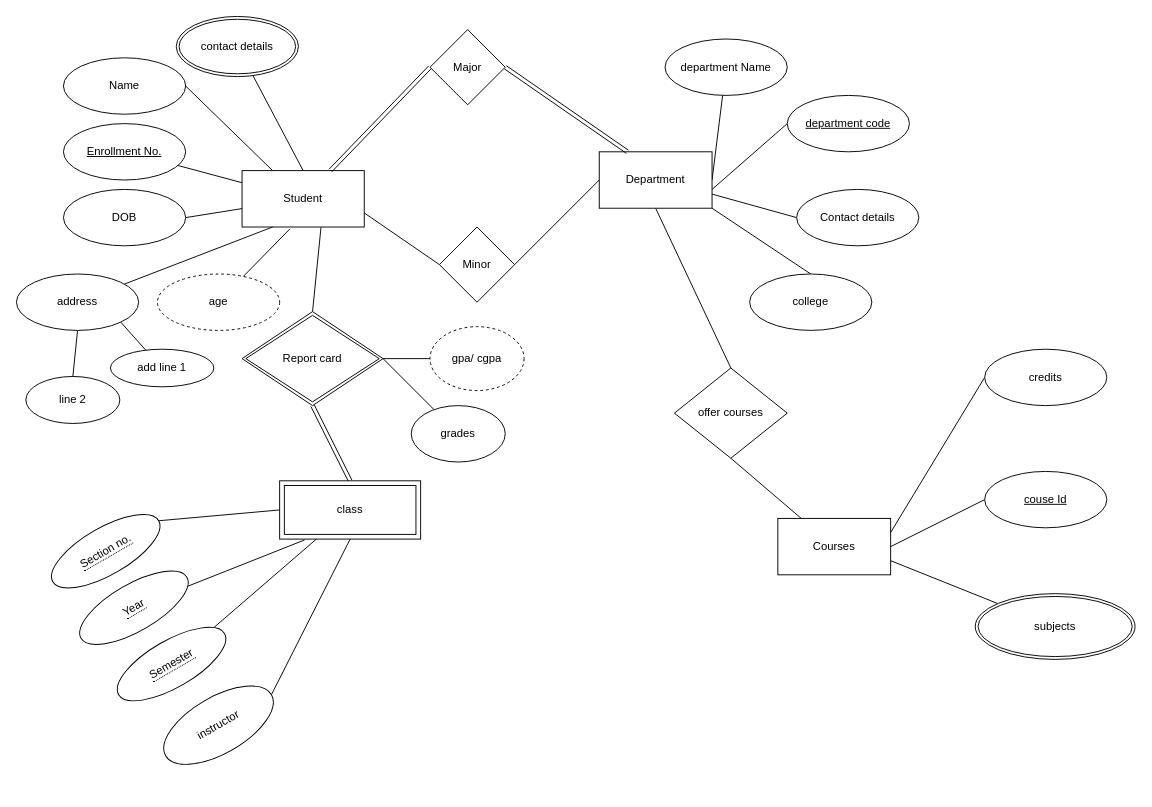
syedareehaquasar/DS-College keeps this draw.io diagram as Untitled Diagram.drawio. Above is the earlier version. Source tidied: cells renumbered, new cells numbered last; positions are measured from the earlier drawing's top-left corner, leaving out a move shared by most shapes. Both pictures are drawn from the tidied source at 94%, with x=0, y=0 at pixel (16, 16).
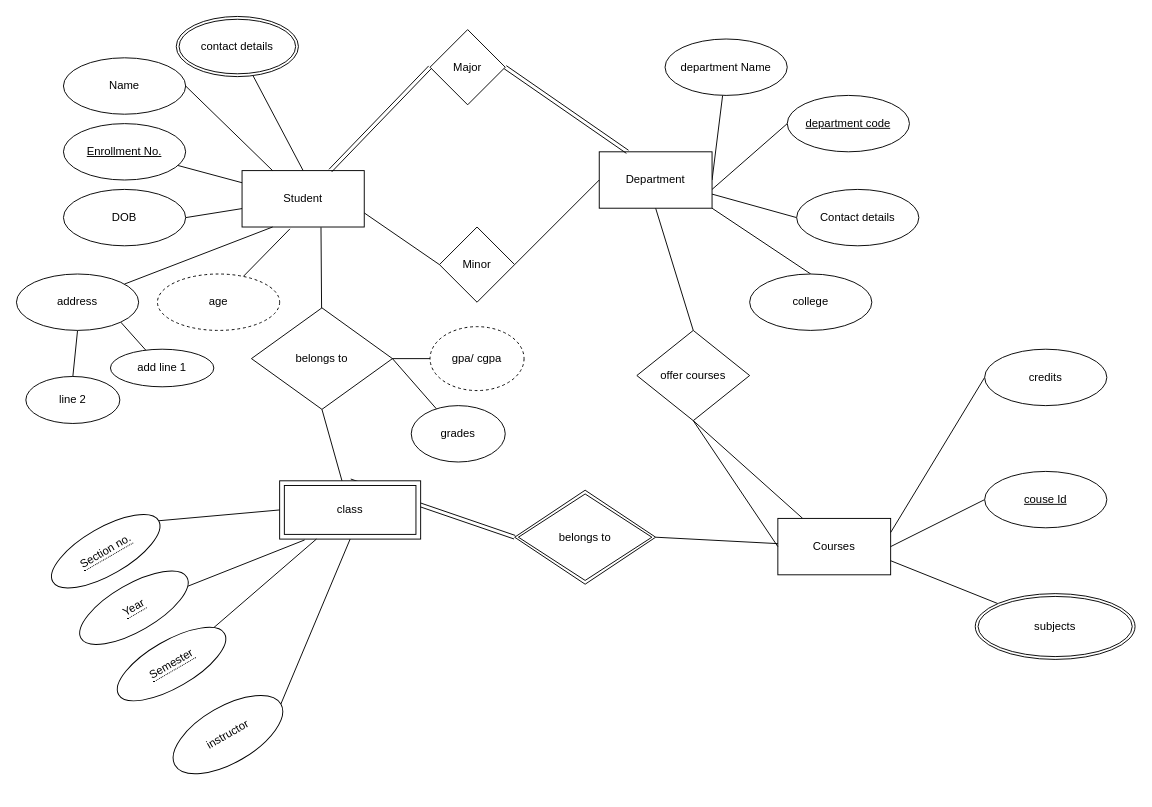
After the change.

The change refers to these unchanged cells:
```xml
<mxCell id="4" value="Student" style="rounded=0;whiteSpace=wrap;html=1;" parent="1" vertex="1">
  <mxGeometry x="240" y="164" width="130" height="60" as="geometry" />
</mxCell>
<mxCell id="34" value="Courses" style="rounded=0;whiteSpace=wrap;html=1;" parent="1" vertex="1">
  <mxGeometry x="810" y="534" width="120" height="60" as="geometry" />
</mxCell>
<mxCell id="42" value="class" style="shape=ext;margin=3;double=1;whiteSpace=wrap;html=1;align=center;" parent="1" vertex="1">
  <mxGeometry x="280" y="494" width="150" height="62" as="geometry" />
</mxCell>
<mxCell id="52" value="gpa/ cgpa" style="ellipse;whiteSpace=wrap;html=1;dashed=1;" parent="1" vertex="1">
  <mxGeometry x="440" y="330" width="100" height="68" as="geometry" />
</mxCell>
<mxCell id="53" value="grades" style="ellipse;whiteSpace=wrap;html=1;" parent="1" vertex="1">
  <mxGeometry x="420" y="414" width="100" height="60" as="geometry" />
</mxCell>
```

Diff of the diagram source:
```diff
@@
     <mxCell id="33" value="offer courses" style="rhombus;whiteSpace=wrap;html=1;" parent="1" vertex="1">
-      <mxGeometry x="700" y="374" width="120" height="96" as="geometry" />
+      <mxGeometry x="660" y="334" width="120" height="96" as="geometry" />
     </mxCell>
@@
-    <mxCell id="41" style="edgeStyle=none;shape=link;rounded=0;jettySize=auto;html=1;exitX=0.5;exitY=0;exitDx=0;exitDy=0;entryX=0.5;entryY=1;entryDx=0;entryDy=0;endArrow=none;endFill=0;strokeColor=#000000;" parent="1" edge="1" source="42" target="45">
+    <mxCell id="41" style="edgeStyle=none;shape=link;rounded=0;jettySize=auto;html=1;exitX=0.5;exitY=0;exitDx=0;exitDy=0;entryX=0;entryY=0.5;entryDx=0;entryDy=0;endArrow=none;endFill=0;strokeColor=#000000;" parent="1" edge="1" source="42" target="63">
       <mxGeometry relative="1" as="geometry" />
     </mxCell>
@@
-    <mxCell id="43" style="edgeStyle=none;rounded=0;jettySize=auto;html=1;exitX=0.5;exitY=0;exitDx=0;exitDy=0;entryX=0.646;entryY=1.006;entryDx=0;entryDy=0;entryPerimeter=0;endArrow=none;endFill=0;strokeColor=#000000;" parent="1" edge="1" source="45" target="4">
+    <mxCell id="43" style="edgeStyle=none;rounded=0;jettySize=auto;html=1;entryX=0.646;entryY=1.006;entryDx=0;entryDy=0;entryPerimeter=0;endArrow=none;endFill=0;strokeColor=#000000;" parent="1" edge="1" source="65" target="4">
       <mxGeometry relative="1" as="geometry" />
     </mxCell>
-    <mxCell id="44" style="edgeStyle=none;rounded=0;jettySize=auto;html=1;exitX=1;exitY=0.5;exitDx=0;exitDy=0;endArrow=none;endFill=0;strokeColor=#000000;" parent="1" edge="1" source="45" target="53">
+    <mxCell id="44" style="edgeStyle=none;rounded=0;jettySize=auto;html=1;exitX=1;exitY=0.5;exitDx=0;exitDy=0;endArrow=none;endFill=0;strokeColor=#000000;" parent="1" edge="1" source="65" target="53">
       <mxGeometry relative="1" as="geometry" />
     </mxCell>
-    <mxCell id="45" value="Report card" style="shape=rhombus;double=1;perimeter=rhombusPerimeter;whiteSpace=wrap;html=1;align=center;" parent="1" vertex="1">
-      <mxGeometry x="240" y="314" width="150" height="100" as="geometry" />
-    </mxCell>
@@
     <mxCell id="50" value="&lt;div&gt;instructor&lt;/div&gt;" style="ellipse;whiteSpace=wrap;html=1;rotation=-30;" parent="1" vertex="1">
-      <mxGeometry x="150" y="724" width="130" height="60" as="geometry" />
+      <mxGeometry x="160" y="734" width="130" height="60" as="geometry" />
     </mxCell>
-    <mxCell id="51" style="edgeStyle=none;rounded=0;jettySize=auto;html=1;exitX=0;exitY=0.5;exitDx=0;exitDy=0;endArrow=none;endFill=0;strokeColor=#000000;" parent="1" edge="1" source="52" target="45">
-      <mxGeometry relative="1" as="geometry" />
+    <mxCell id="51" style="edgeStyle=none;rounded=0;jettySize=auto;html=1;exitX=0;exitY=0.5;exitDx=0;exitDy=0;endArrow=none;endFill=0;strokeColor=#000000;" parent="1" edge="1" source="52">
+      <mxGeometry relative="1" as="geometry">
+        <mxPoint x="390" y="364" as="targetPoint" />
+      </mxGeometry>
     </mxCell>
@@
+    <mxCell id="61" style="edgeStyle=none;rounded=0;jettySize=auto;html=1;exitX=0.5;exitY=1;exitDx=0;exitDy=0;entryX=0;entryY=0.5;entryDx=0;entryDy=0;endArrow=none;endFill=0;strokeColor=#000000;" parent="1" edge="1" source="33" target="34">
+      <mxGeometry relative="1" as="geometry" />
+    </mxCell>
+    <mxCell id="62" style="edgeStyle=none;rounded=0;jettySize=auto;html=1;exitX=1;exitY=0.5;exitDx=0;exitDy=0;endArrow=none;endFill=0;strokeColor=#000000;" parent="1" edge="1" source="63" target="34">
+      <mxGeometry relative="1" as="geometry" />
+    </mxCell>
+    <mxCell id="63" value="belongs to" style="shape=rhombus;double=1;perimeter=rhombusPerimeter;whiteSpace=wrap;html=1;align=center;" parent="1" vertex="1">
+      <mxGeometry x="530" y="504" width="150" height="100" as="geometry" />
+    </mxCell>
+    <mxCell id="64" style="edgeStyle=none;rounded=0;jettySize=auto;html=1;exitX=0.5;exitY=1;exitDx=0;exitDy=0;endArrow=none;endFill=0;strokeColor=#000000;" parent="1" edge="1" source="65" target="42">
+      <mxGeometry relative="1" as="geometry" />
+    </mxCell>
+    <mxCell id="65" value="belongs to" style="rhombus;whiteSpace=wrap;html=1;" parent="1" vertex="1">
+      <mxGeometry x="250" y="310" width="150" height="108" as="geometry" />
+    </mxCell>
```
